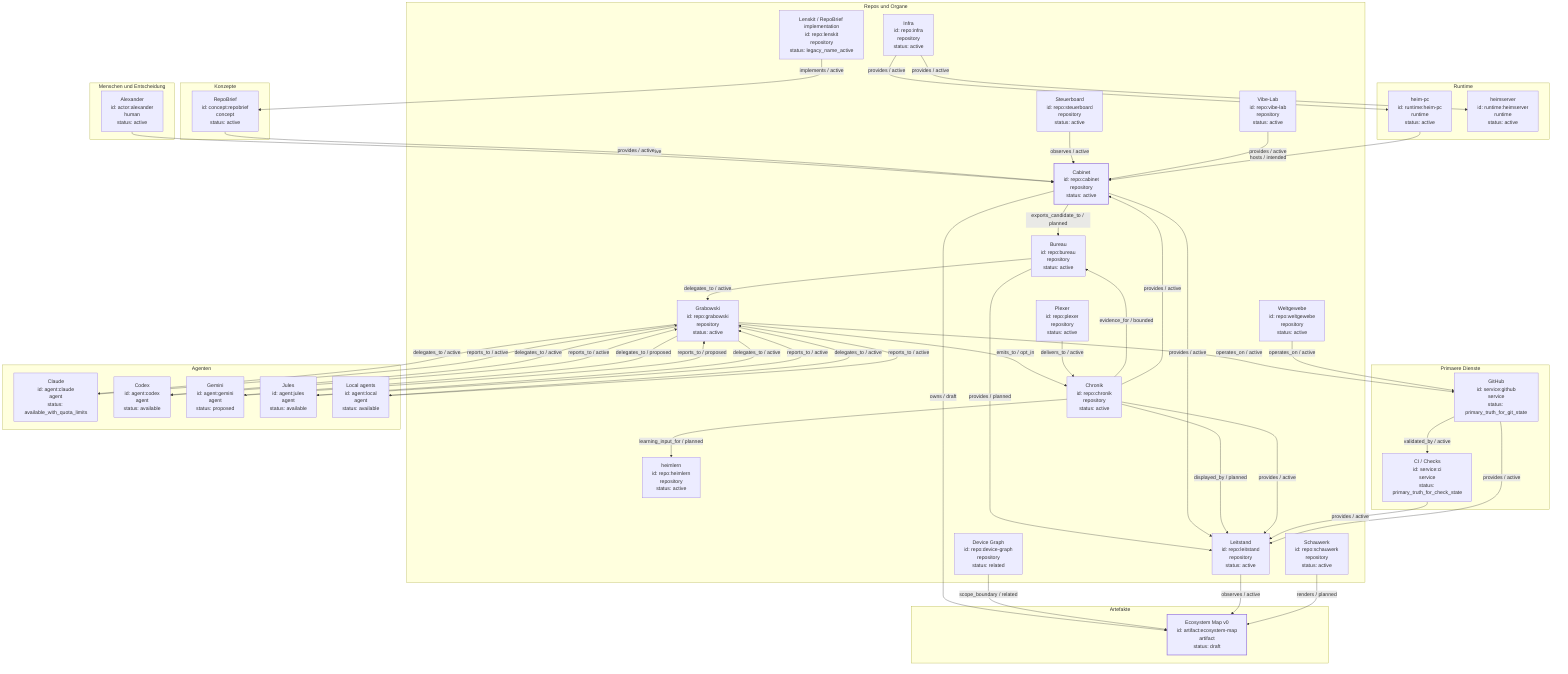
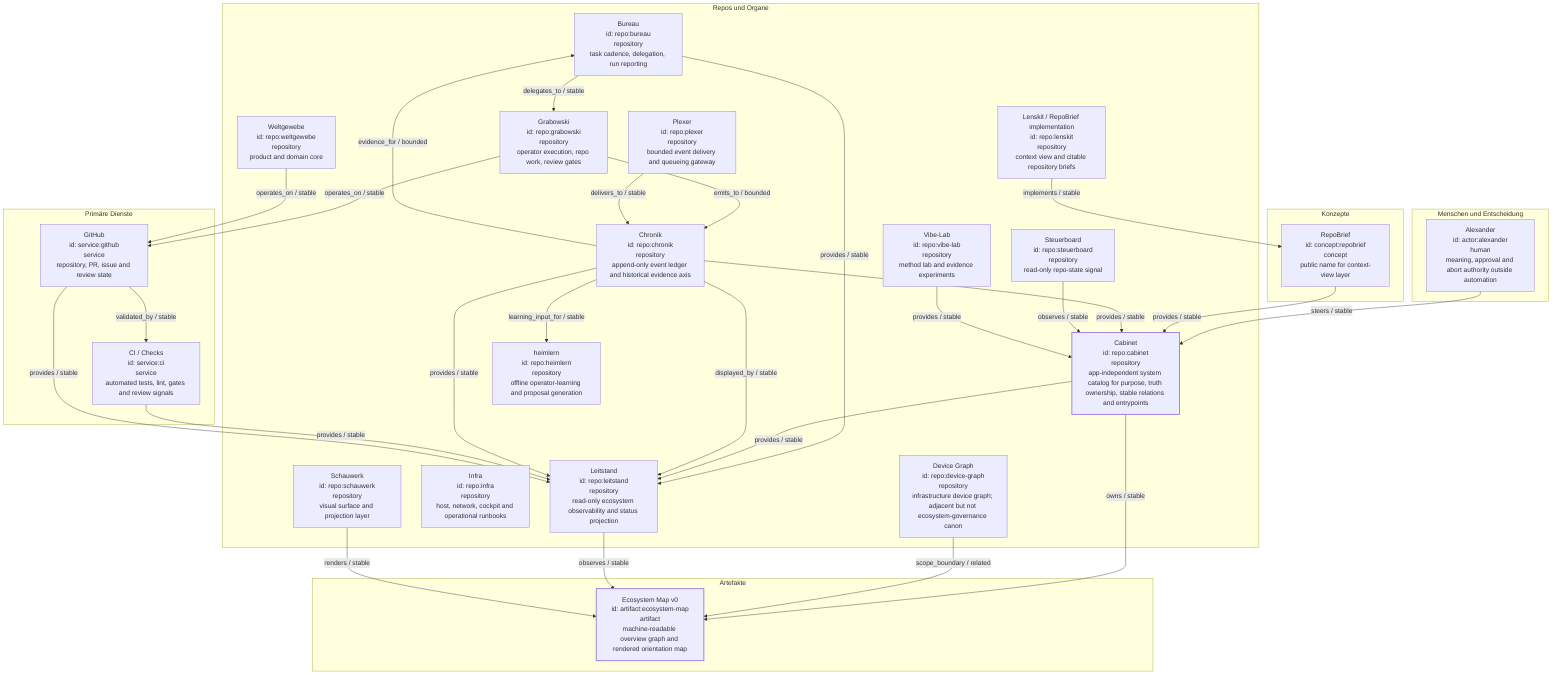
flowchart TD
    %% GENERATED FILE. Do not edit manually.
    %% GENERATED: scripts/render_ecosystem_registry_map.py
    %% Run: python3 scripts/render_ecosystem_registry_map.py
    %% Source: registry/ecosystem/nodes.json + registry/ecosystem/edges.json
    %% Boundary: this projection does not establish claim truth, runtime correctness or merge readiness.

    subgraph kind_human[Menschen und Entscheidung]
-         actor_alexander["Alexander<br/>id: actor:alexander<br/>human<br/>status: active"]
+         actor_alexander["Alexander<br/>id: actor:alexander<br/>human<br/>meaning, approval and abort authority outside automation"]
    end

    subgraph kind_repository[Repos und Organe]
-         repo_bureau["Bureau<br/>id: repo:bureau<br/>repository<br/>status: active"]
-         repo_cabinet["Cabinet<br/>id: repo:cabinet<br/>repository<br/>status: active"]
-         repo_chronik["Chronik<br/>id: repo:chronik<br/>repository<br/>status: active"]
-         repo_device_graph["Device Graph<br/>id: repo:device-graph<br/>repository<br/>status: related"]
-         repo_grabowski["Grabowski<br/>id: repo:grabowski<br/>repository<br/>status: active"]
-         repo_heimlern["heimlern<br/>id: repo:heimlern<br/>repository<br/>status: active"]
-         repo_infra["Infra<br/>id: repo:infra<br/>repository<br/>status: active"]
-         repo_leitstand["Leitstand<br/>id: repo:leitstand<br/>repository<br/>status: active"]
-         repo_lenskit["Lenskit / RepoBrief implementation<br/>id: repo:lenskit<br/>repository<br/>status: legacy_name_active"]
-         repo_plexer["Plexer<br/>id: repo:plexer<br/>repository<br/>status: active"]
-         repo_schauwerk["Schauwerk<br/>id: repo:schauwerk<br/>repository<br/>status: active"]
-         repo_steuerboard["Steuerboard<br/>id: repo:steuerboard<br/>repository<br/>status: active"]
-         repo_vibe_lab["Vibe-Lab<br/>id: repo:vibe-lab<br/>repository<br/>status: active"]
-         repo_weltgewebe["Weltgewebe<br/>id: repo:weltgewebe<br/>repository<br/>status: active"]
+         repo_bureau["Bureau<br/>id: repo:bureau<br/>repository<br/>task cadence, delegation, run reporting"]
+         repo_cabinet["Cabinet<br/>id: repo:cabinet<br/>repository<br/>app-independent system catalog for purpose, truth ownership, stable relations and entrypoints"]
+         repo_chronik["Chronik<br/>id: repo:chronik<br/>repository<br/>append-only event ledger and historical evidence axis"]
+         repo_device_graph["Device Graph<br/>id: repo:device-graph<br/>repository<br/>infrastructure device graph; adjacent but not ecosystem-governance canon"]
+         repo_grabowski["Grabowski<br/>id: repo:grabowski<br/>repository<br/>operator execution, repo work, review gates"]
+         repo_heimlern["heimlern<br/>id: repo:heimlern<br/>repository<br/>offline operator-learning and proposal generation"]
+         repo_infra["Infra<br/>id: repo:infra<br/>repository<br/>host, network, cockpit and operational runbooks"]
+         repo_leitstand["Leitstand<br/>id: repo:leitstand<br/>repository<br/>read-only ecosystem observability and status projection"]
+         repo_lenskit["Lenskit / RepoBrief implementation<br/>id: repo:lenskit<br/>repository<br/>context view and citable repository briefs"]
+         repo_plexer["Plexer<br/>id: repo:plexer<br/>repository<br/>bounded event delivery and queueing gateway"]
+         repo_schauwerk["Schauwerk<br/>id: repo:schauwerk<br/>repository<br/>visual surface and projection layer"]
+         repo_steuerboard["Steuerboard<br/>id: repo:steuerboard<br/>repository<br/>read-only repo-state signal"]
+         repo_vibe_lab["Vibe-Lab<br/>id: repo:vibe-lab<br/>repository<br/>method lab and evidence experiments"]
+         repo_weltgewebe["Weltgewebe<br/>id: repo:weltgewebe<br/>repository<br/>product and domain core"]
    end

    subgraph kind_concept[Konzepte]
-         concept_repobrief["RepoBrief<br/>id: concept:repobrief<br/>concept<br/>status: active"]
+         concept_repobrief["RepoBrief<br/>id: concept:repobrief<br/>concept<br/>public name for context-view layer"]
    end

    subgraph kind_artifact[Artefakte]
-         artifact_ecosystem_map["Ecosystem Map v0<br/>id: artifact:ecosystem-map<br/>artifact<br/>status: draft"]
+         artifact_ecosystem_map["Ecosystem Map v0<br/>id: artifact:ecosystem-map<br/>artifact<br/>machine-readable overview graph and rendered orientation map"]
    end

-     subgraph kind_service[Primaere Dienste]
-         service_ci["CI / Checks<br/>id: service:ci<br/>service<br/>status: primary_truth_for_check_state"]
-         service_github["GitHub<br/>id: service:github<br/>service<br/>status: primary_truth_for_git_state"]
+     subgraph kind_service[Primäre Dienste]
+         service_ci["CI / Checks<br/>id: service:ci<br/>service<br/>automated tests, lint, gates and review signals"]
+         service_github["GitHub<br/>id: service:github<br/>service<br/>repository, PR, issue and review state"]
    end

-     subgraph kind_runtime[Runtime]
-         runtime_heim_pc["heim-pc<br/>id: runtime:heim-pc<br/>runtime<br/>status: active"]
-         runtime_heimserver["heimserver<br/>id: runtime:heimserver<br/>runtime<br/>status: active"]
-     end
- 
-     subgraph kind_agent[Agenten]
-         agent_claude["Claude<br/>id: agent:claude<br/>agent<br/>status: available_with_quota_limits"]
-         agent_codex["Codex<br/>id: agent:codex<br/>agent<br/>status: available"]
-         agent_gemini["Gemini<br/>id: agent:gemini<br/>agent<br/>status: proposed"]
-         agent_jules["Jules<br/>id: agent:jules<br/>agent<br/>status: available"]
-         agent_local["Local agents<br/>id: agent:local<br/>agent<br/>status: available"]
-     end
- 
-     actor_alexander -->|steers / active| repo_cabinet
-     agent_claude -->|reports_to / active| repo_grabowski
-     agent_codex -->|reports_to / active| repo_grabowski
-     agent_gemini -->|reports_to / proposed| repo_grabowski
-     agent_jules -->|reports_to / active| repo_grabowski
-     agent_local -->|reports_to / active| repo_grabowski
-     concept_repobrief -->|provides / active| repo_cabinet
-     repo_bureau -->|delegates_to / active| repo_grabowski
-     repo_bureau -->|provides / planned| repo_leitstand
-     repo_cabinet -->|owns / draft| artifact_ecosystem_map
-     repo_cabinet -->|exports_candidate_to / planned| repo_bureau
-     repo_cabinet -->|provides / active| repo_leitstand
+     actor_alexander -->|steers / stable| repo_cabinet
+     concept_repobrief -->|provides / stable| repo_cabinet
+     repo_bureau -->|delegates_to / stable| repo_grabowski
+     repo_bureau -->|provides / stable| repo_leitstand
+     repo_cabinet -->|owns / stable| artifact_ecosystem_map
+     repo_cabinet -->|provides / stable| repo_leitstand
    repo_chronik -->|evidence_for / bounded| repo_bureau
-     repo_chronik -->|provides / active| repo_cabinet
-     repo_chronik -->|learning_input_for / planned| repo_heimlern
-     repo_chronik -->|displayed_by / planned| repo_leitstand
-     repo_chronik -->|provides / active| repo_leitstand
+     repo_chronik -->|provides / stable| repo_cabinet
+     repo_chronik -->|learning_input_for / stable| repo_heimlern
+     repo_chronik -->|displayed_by / stable| repo_leitstand
+     repo_chronik -->|provides / stable| repo_leitstand
    repo_device_graph -->|scope_boundary / related| artifact_ecosystem_map
-     repo_grabowski -->|delegates_to / active| agent_claude
-     repo_grabowski -->|delegates_to / active| agent_codex
-     repo_grabowski -->|delegates_to / proposed| agent_gemini
-     repo_grabowski -->|delegates_to / active| agent_jules
-     repo_grabowski -->|delegates_to / active| agent_local
-     repo_grabowski -->|emits_to / opt_in| repo_chronik
-     repo_grabowski -->|operates_on / active| service_github
-     repo_infra -->|provides / active| runtime_heim_pc
-     repo_infra -->|provides / active| runtime_heimserver
-     repo_leitstand -->|observes / active| artifact_ecosystem_map
-     repo_lenskit -->|implements / active| concept_repobrief
-     repo_plexer -->|delivers_to / active| repo_chronik
-     repo_schauwerk -->|renders / planned| artifact_ecosystem_map
-     repo_steuerboard -->|observes / active| repo_cabinet
-     repo_vibe_lab -->|provides / active| repo_cabinet
-     repo_weltgewebe -->|operates_on / active| service_github
-     runtime_heim_pc -->|hosts / intended| repo_cabinet
-     service_ci -->|provides / active| repo_leitstand
-     service_github -->|provides / active| repo_leitstand
-     service_github -->|validated_by / active| service_ci
+     repo_grabowski -->|emits_to / bounded| repo_chronik
+     repo_grabowski -->|operates_on / stable| service_github
+     repo_leitstand -->|observes / stable| artifact_ecosystem_map
+     repo_lenskit -->|implements / stable| concept_repobrief
+     repo_plexer -->|delivers_to / stable| repo_chronik
+     repo_schauwerk -->|renders / stable| artifact_ecosystem_map
+     repo_steuerboard -->|observes / stable| repo_cabinet
+     repo_vibe_lab -->|provides / stable| repo_cabinet
+     repo_weltgewebe -->|operates_on / stable| service_github
+     service_ci -->|provides / stable| repo_leitstand
+     service_github -->|provides / stable| repo_leitstand
+     service_github -->|validated_by / stable| service_ci

    %% Visual anchor only; does not establish canonical truth.
    classDef mapAnchor stroke-width:2px;
    class repo_cabinet,artifact_ecosystem_map mapAnchor;
